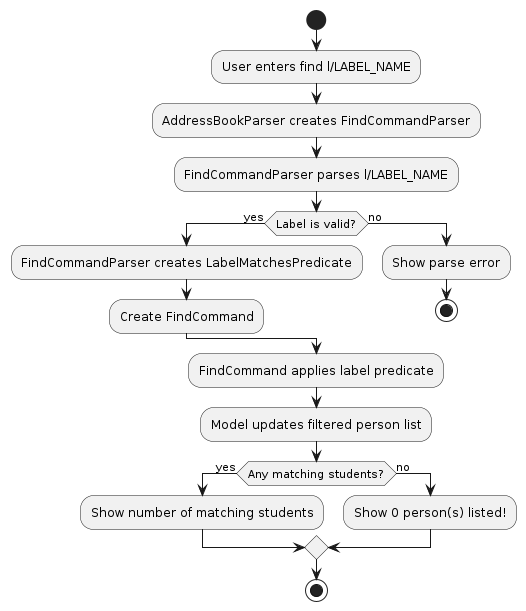
The PlantUML diagram diagrams/LabelFindActivityDiagram.png in AY2627S1-CS2103T-F12-1/tp, before a commit. Its source is kept beside it as diagrams/LabelFindActivityDiagram.puml. The source it was exported from:
```plantuml
@startuml
start

:User enters find l/LABEL_NAME;
:AddressBookParser creates FindCommandParser;
:FindCommandParser parses l/LABEL_NAME;

if (Label is valid?) then (yes)
    :FindCommandParser creates LabelMatchesPredicate;
    :Create FindCommand;
else (no)
    :Show parse error;
    stop
endif

:FindCommand applies label predicate;
:Model updates filtered person list;

if (Any matching students?) then (yes)
    :Show number of matching students;
else (no)
    :Show 0 person(s) listed!;
endif

stop
@enduml
```
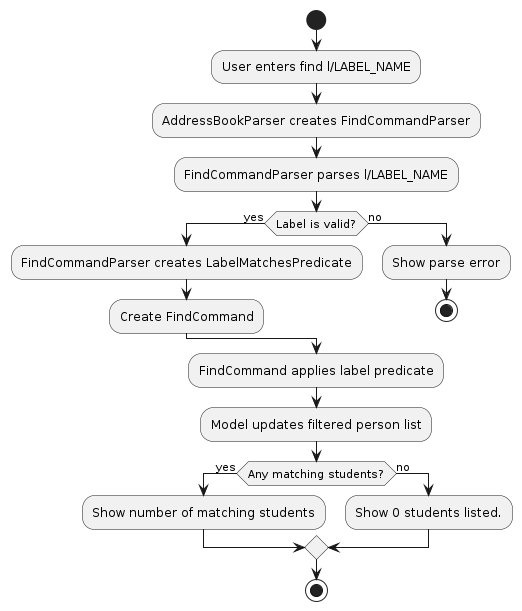
Later version of the same file.

Change to the diagram source:
```diff
@@ -19,7 +19,7 @@
 if (Any matching students?) then (yes)
     :Show number of matching students;
 else (no)
-    :Show 0 person(s) listed!;
+    :Show 0 students listed.;
 endif
 
 stop
```
